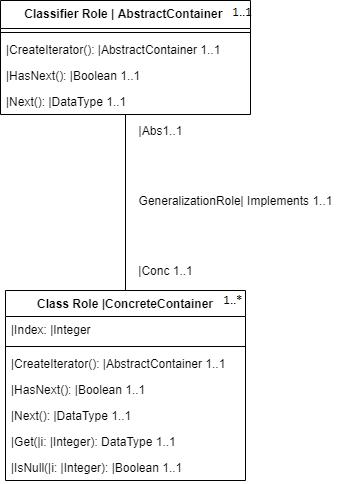
The draw.io diagram HW-4/report/pics/iterator-rbml.png in nathanstouffer/soft-eng-2, before a commit. Source tidied: cells renumbered, new cells last; positions are measured from the earlier drawing's top-left corner, leaving out a move shared by most shapes.
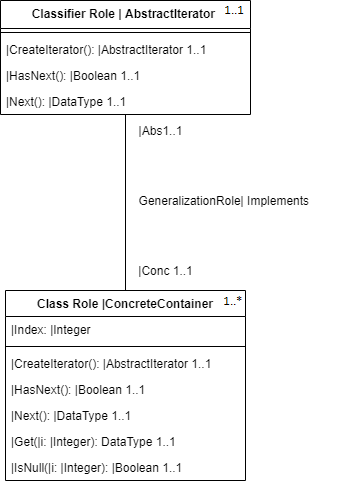
The same diagram one commit later.

Commit message:
finishing iterator and singleton diagrams

What changed in the source:
```diff
@@ -5,13 +5,13 @@
     <mxCell id="2" style="edgeStyle=orthogonalEdgeStyle;rounded=0;jettySize=auto;html=1;entryX=0.5;entryY=0;entryDx=0;entryDy=0;endArrow=none;endFill=0;" parent="1" edge="1" source="3" target="8">
       <mxGeometry relative="1" as="geometry" />
     </mxCell>
-    <mxCell id="3" value="Classifier Role | AbstractContainer " style="swimlane;fontStyle=1;align=center;verticalAlign=top;horizontal=1;startSize=28;" parent="1" vertex="1">
+    <mxCell id="3" value="Classifier Role | AbstractIterator " style="swimlane;fontStyle=1;align=center;verticalAlign=top;horizontal=1;startSize=28;" parent="1" vertex="1">
       <mxGeometry width="250" height="114" as="geometry" />
     </mxCell>
     <mxCell id="4" style="line;strokeWidth=1;fillColor=none;align=left;verticalAlign=middle;spacingTop=-1;spacingLeft=3;spacingRight=3;labelPosition=right;" parent="3" vertex="1">
       <mxGeometry y="28" width="250" height="8" as="geometry" />
     </mxCell>
-    <mxCell id="5" value="|CreateIterator(): |AbstractContainer 1..1" style="text;strokeColor=none;fillColor=none;align=left;verticalAlign=top;spacingLeft=4;spacingRight=4;overflow=hidden;" parent="3" vertex="1">
+    <mxCell id="5" value="|CreateIterator(): |AbstractIterator 1..1" style="text;strokeColor=none;fillColor=none;align=left;verticalAlign=top;spacingLeft=4;spacingRight=4;overflow=hidden;" parent="3" vertex="1">
       <mxGeometry y="36" width="250" height="26" as="geometry" />
     </mxCell>
     <mxCell id="6" value="|HasNext(): |Boolean 1..1" style="text;strokeColor=none;fillColor=none;align=left;verticalAlign=top;spacingLeft=4;spacingRight=4;overflow=hidden;" parent="3" vertex="1">
@@ -29,7 +29,7 @@
     <mxCell id="10" style="line;strokeWidth=1;fillColor=none;align=left;verticalAlign=middle;spacingTop=-1;spacingLeft=3;spacingRight=3;labelPosition=right;" parent="8" vertex="1">
       <mxGeometry y="52" width="240" height="8" as="geometry" />
     </mxCell>
-    <mxCell id="11" value="|CreateIterator(): |AbstractContainer 1..1" style="text;strokeColor=none;fillColor=none;align=left;verticalAlign=top;spacingLeft=4;spacingRight=4;overflow=hidden;" parent="8" vertex="1">
+    <mxCell id="11" value="|CreateIterator(): |AbstractIterator 1..1" style="text;strokeColor=none;fillColor=none;align=left;verticalAlign=top;spacingLeft=4;spacingRight=4;overflow=hidden;" parent="8" vertex="1">
       <mxGeometry y="60" width="240" height="26" as="geometry" />
     </mxCell>
     <mxCell id="12" value="|HasNext(): |Boolean 1..1" style="text;strokeColor=none;fillColor=none;align=left;verticalAlign=top;spacingLeft=4;spacingRight=4;overflow=hidden;" parent="8" vertex="1">
```
